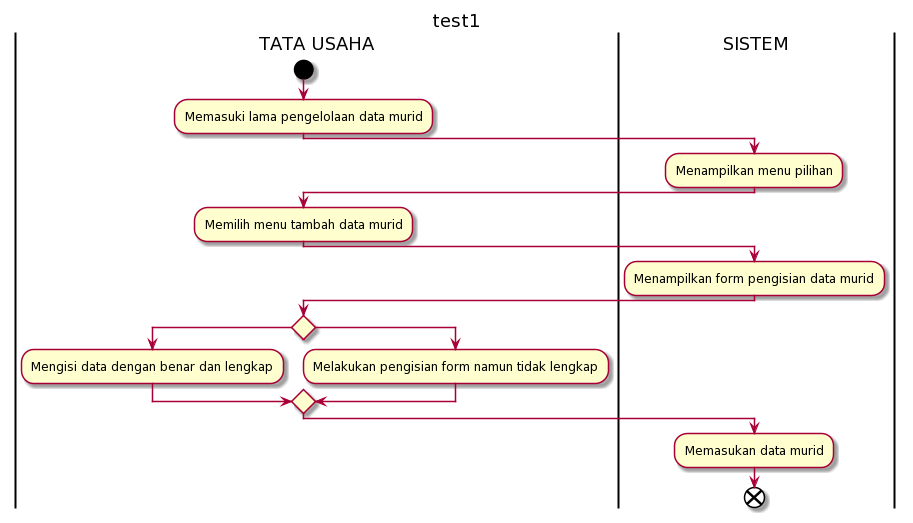
AgileRE-2021/UseTivy keeps this PlantUML diagram as activity_1_4.png. Above is the earlier version.
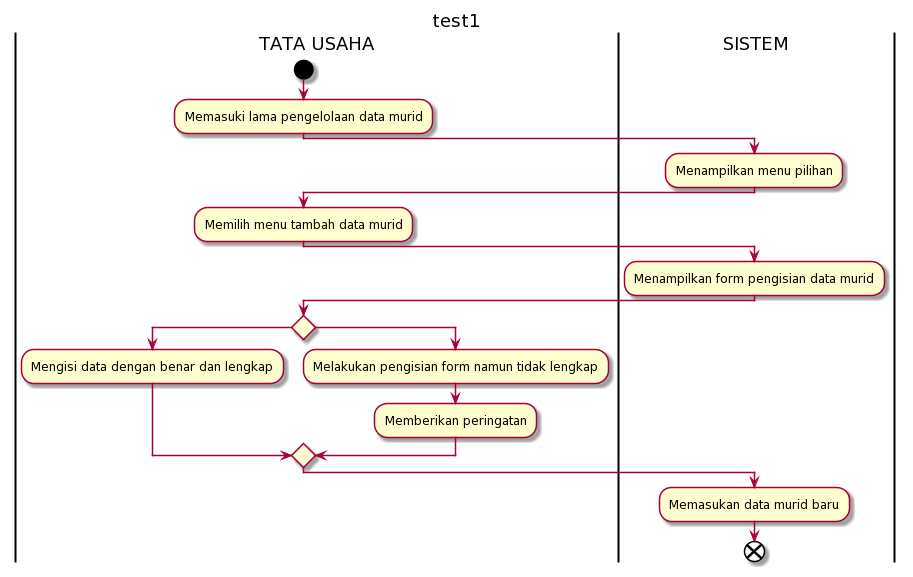
After the change.

Diff of the diagram source:
```diff
@@ -14,8 +14,9 @@
  :Mengisi data dengan benar dan lengkap;
  else
 :Melakukan pengisian form namun tidak lengkap;
+:Memberikan peringatan;
 endif
 |SISTEM|
-:Memasukan data murid;
+:Memasukan data murid baru;
 end
 @enduml
```
